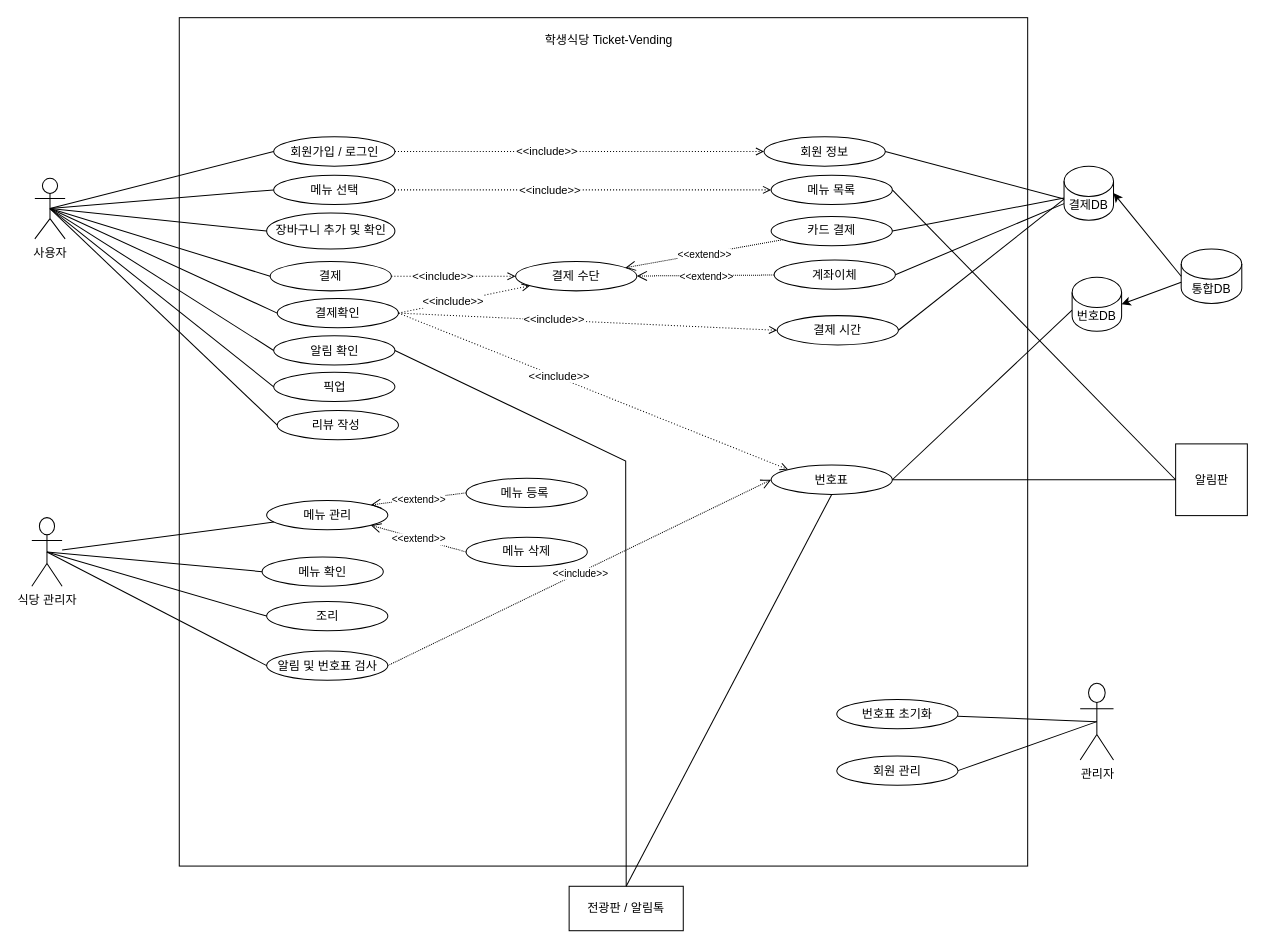
four-idiots-team/student-cafteria-ticket-vending keeps this draw.io diagram as Student-cafeteria.drawio. Above is the earlier version. Source tidied: cells renumbered, new cells numbered last; positions are measured from the earlier drawing's top-left corner, leaving out a move shared by most shapes. Both pictures are drawn from the tidied source at 101%, with x=0, y=0 at pixel (31, 17).
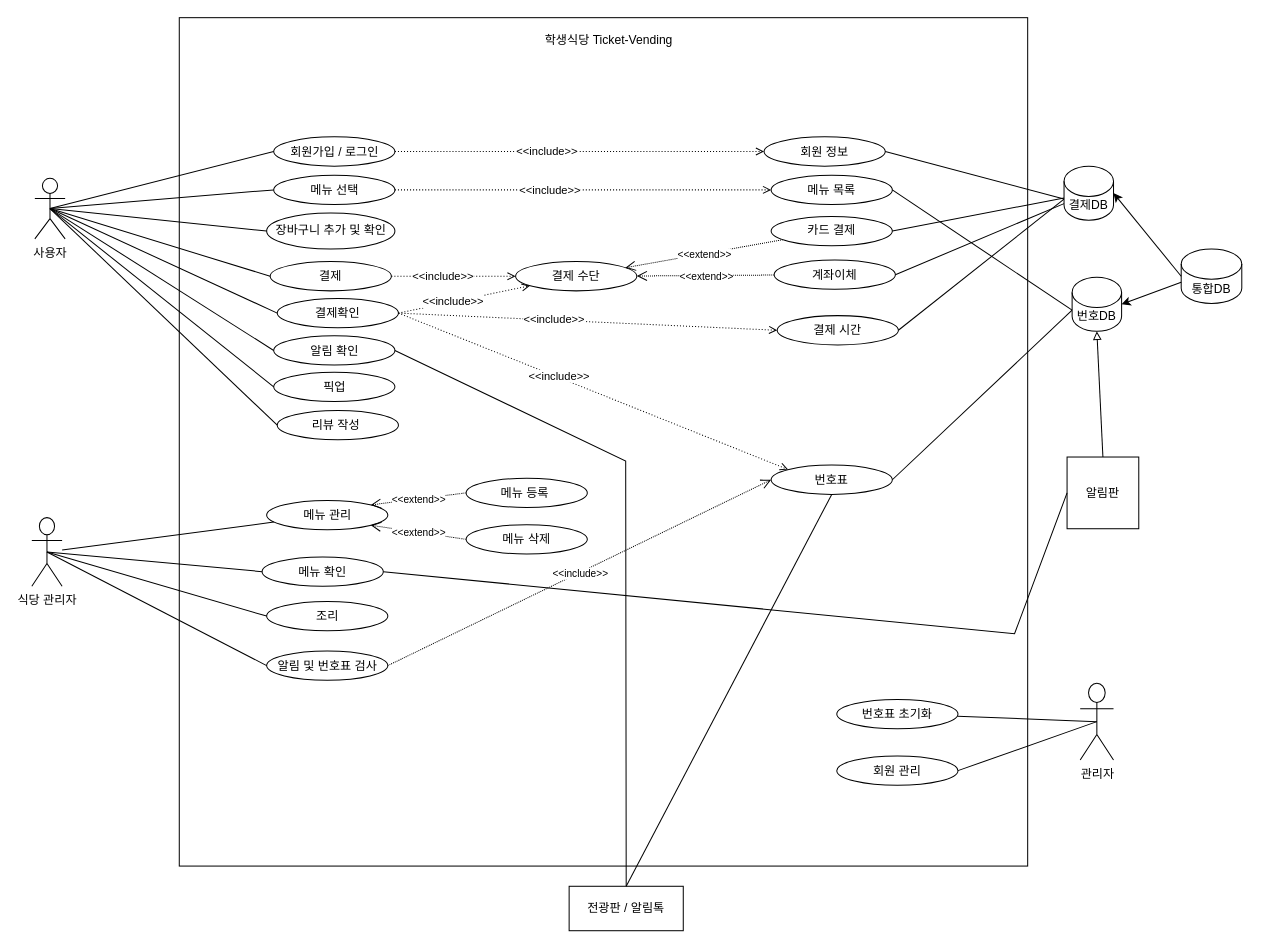
The same diagram, later.

The change refers to these unchanged cells:
```xml
<mxCell id="12" value="메뉴 확인" style="ellipse;whiteSpace=wrap;html=1;" parent="1" vertex="1">
  <mxGeometry x="228" y="534" width="120" height="29" as="geometry" />
</mxCell>
<mxCell id="17" value="번호표" style="ellipse;whiteSpace=wrap;html=1;" parent="1" vertex="1">
  <mxGeometry x="732" y="443" width="120" height="29" as="geometry" />
</mxCell>
<mxCell id="19" value="메뉴 목록" style="ellipse;whiteSpace=wrap;html=1;" parent="1" vertex="1">
  <mxGeometry x="732" y="156" width="120" height="29" as="geometry" />
</mxCell>
<mxCell id="39" value="번호DB" style="shape=cylinder3;whiteSpace=wrap;html=1;boundedLbl=1;backgroundOutline=1;size=15;" parent="1" vertex="1">
  <mxGeometry x="1030" y="257" width="49" height="53.5" as="geometry" />
</mxCell>
```

Diff of the diagram source:
```diff
@@
     <mxCell id="43" value="메뉴 삭제" style="ellipse;whiteSpace=wrap;html=1;" parent="1" vertex="1">
-      <mxGeometry x="430" y="514.5" width="120" height="29" as="geometry" />
+      <mxGeometry x="430" y="502" width="120" height="29" as="geometry" />
     </mxCell>
@@
     <mxCell id="49" value="알림판" style="whiteSpace=wrap;html=1;" parent="1" vertex="1">
-      <mxGeometry x="1132.5" y="422" width="71" height="71" as="geometry" />
+      <mxGeometry x="1025" y="435" width="71" height="71" as="geometry" />
     </mxCell>
@@
-    <mxCell id="73" style="endArrow=none;html=1;rounded=0;fontSize=12;startSize=8;endSize=8;curved=1;exitX=0;exitY=0.5;exitDx=0;exitDy=0;entryX=1;entryY=0.5;entryDx=0;entryDy=0;" parent="1" edge="1" source="49" target="17">
-      <mxGeometry relative="1" as="geometry" />
-    </mxCell>
@@
-    <mxCell id="85" style="endArrow=none;html=1;rounded=0;fontSize=12;startSize=8;endSize=8;curved=1;entryX=1;entryY=0.5;entryDx=0;entryDy=0;exitX=0;exitY=0.5;exitDx=0;exitDy=0;" parent="1" edge="1" source="49" target="19">
+    <mxCell id="85" style="endArrow=none;html=1;rounded=0;fontSize=12;startSize=8;endSize=8;curved=1;entryX=1;entryY=0.5;entryDx=0;entryDy=0;exitX=0;exitY=0;exitDx=0;exitDy=32.625;exitPerimeter=0;" parent="1" edge="1" source="39" target="19">
       <mxGeometry relative="1" as="geometry" />
     </mxCell>
@@
+    <mxCell id="91" style="endArrow=block;html=1;rounded=0;exitX=0.5;exitY=0;exitDx=0;exitDy=0;entryX=0.5;entryY=1;entryDx=0;entryDy=0;endFill=0;entryPerimeter=0;" parent="1" edge="1" source="49" target="39">
+      <mxGeometry relative="1" as="geometry" />
+    </mxCell>
+    <mxCell id="92" style="endArrow=none;html=1;rounded=0;exitX=1;exitY=0.5;exitDx=0;exitDy=0;entryX=0;entryY=0.5;entryDx=0;entryDy=0;" parent="1" edge="1" source="12" target="49">
+      <mxGeometry relative="1" as="geometry">
+        <Array as="points">
+          <mxPoint x="973" y="610" />
+        </Array>
+      </mxGeometry>
+    </mxCell>
```
